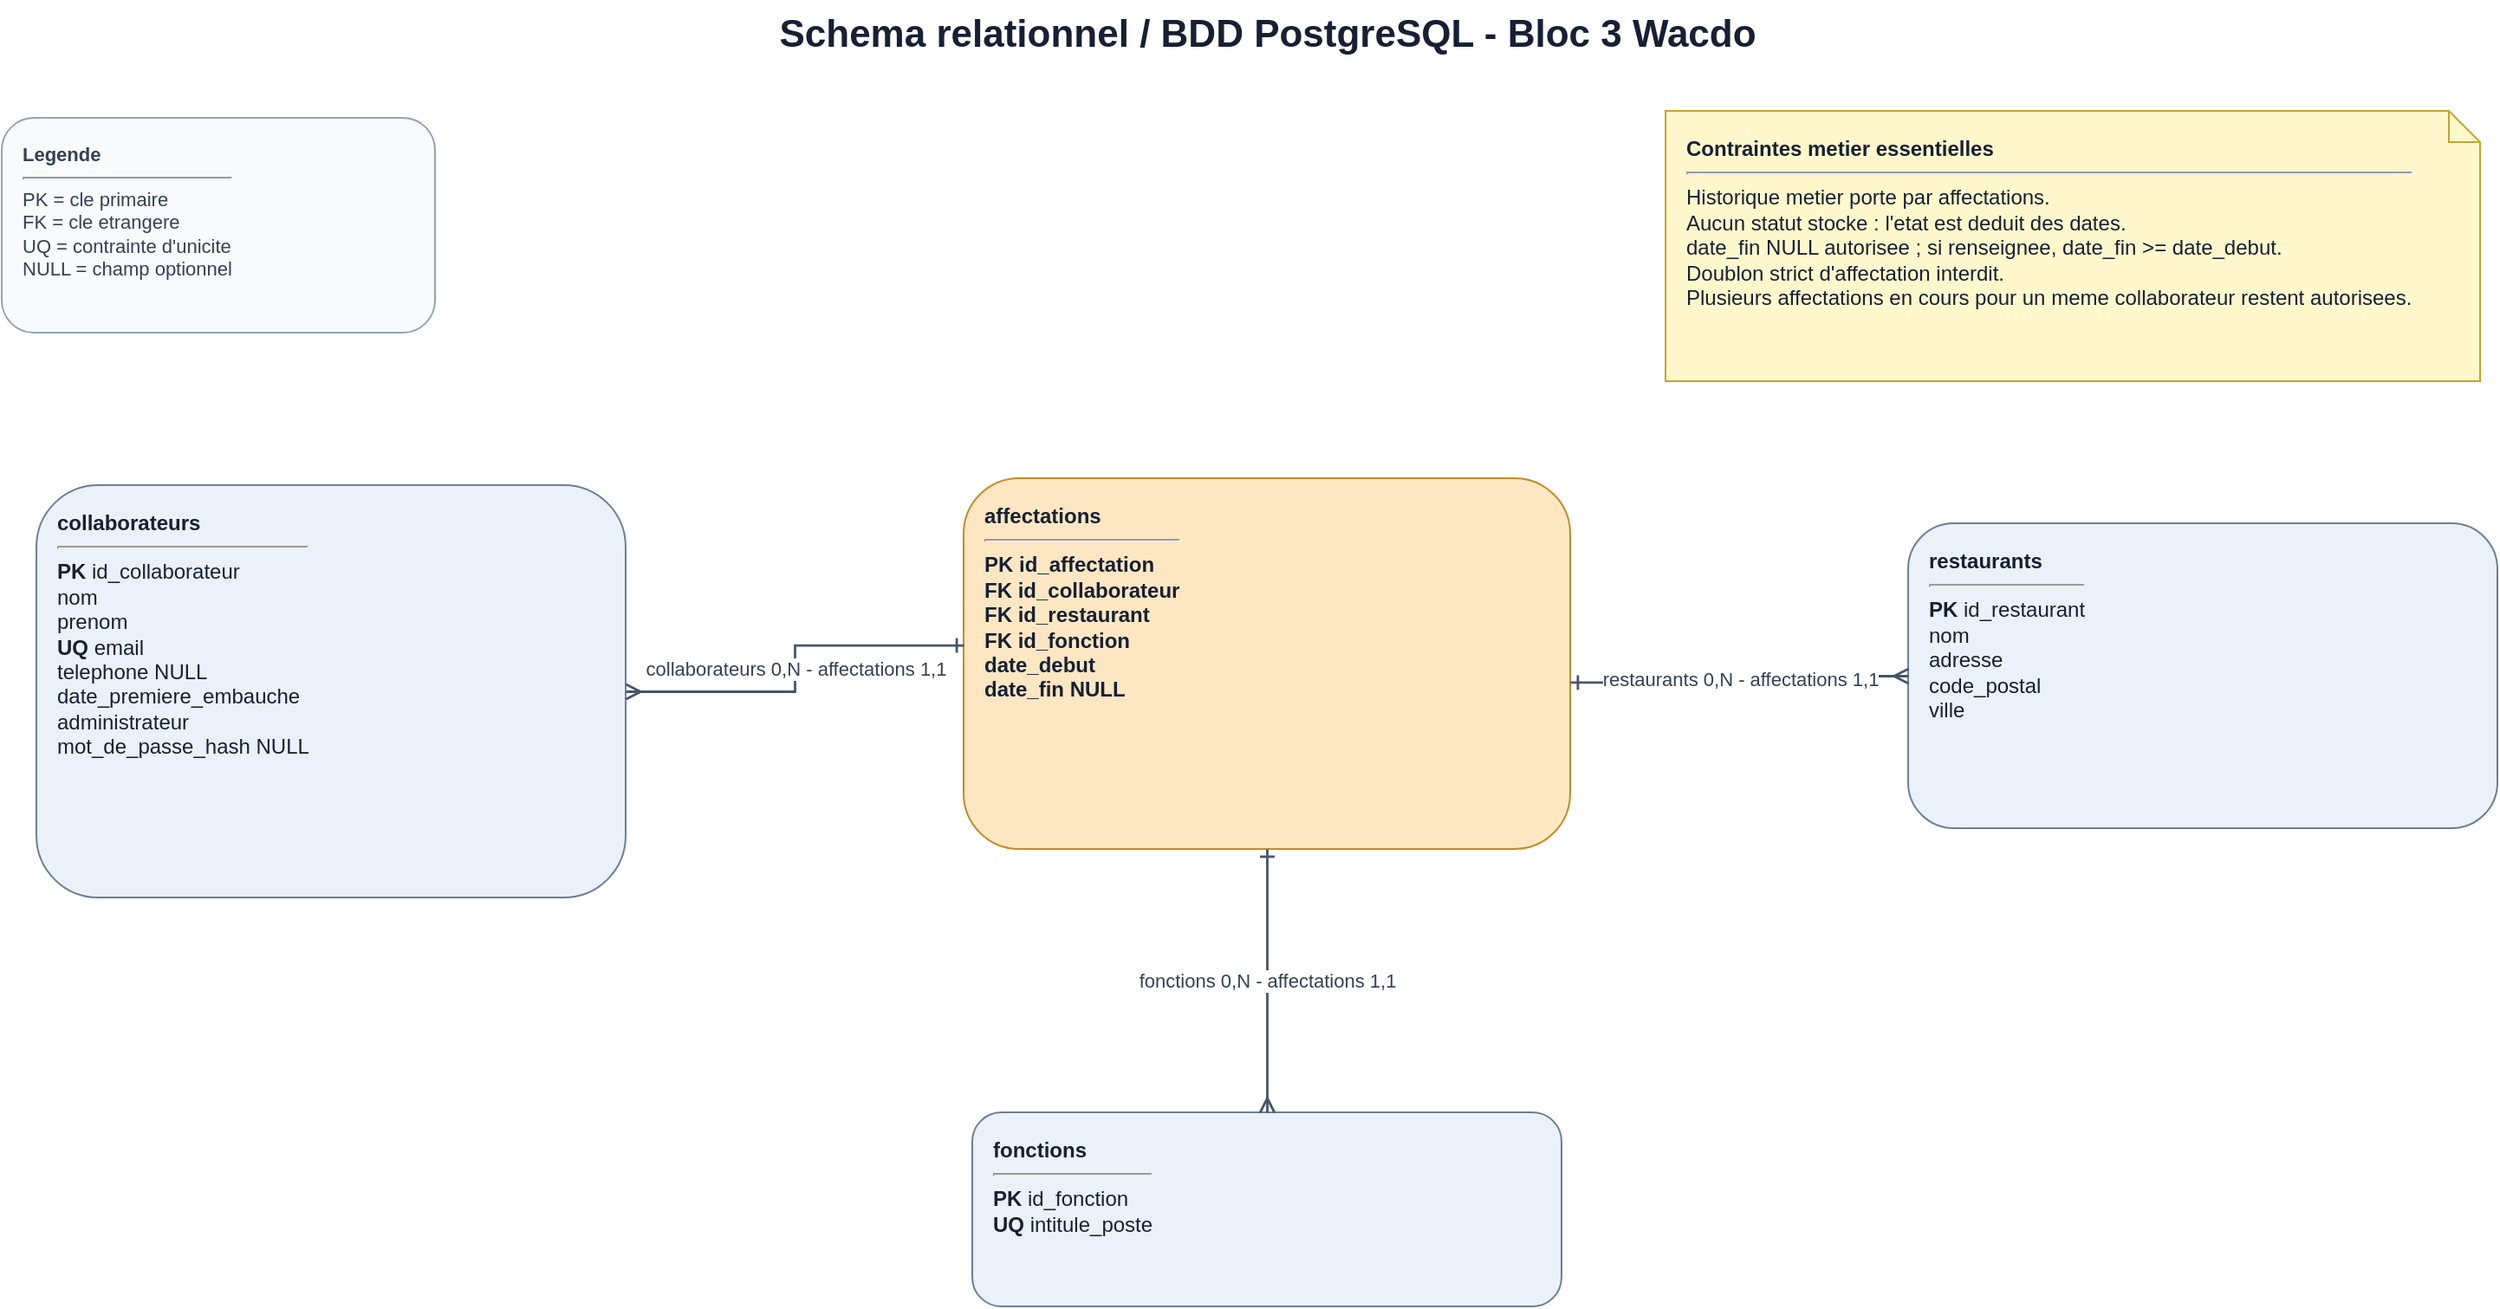
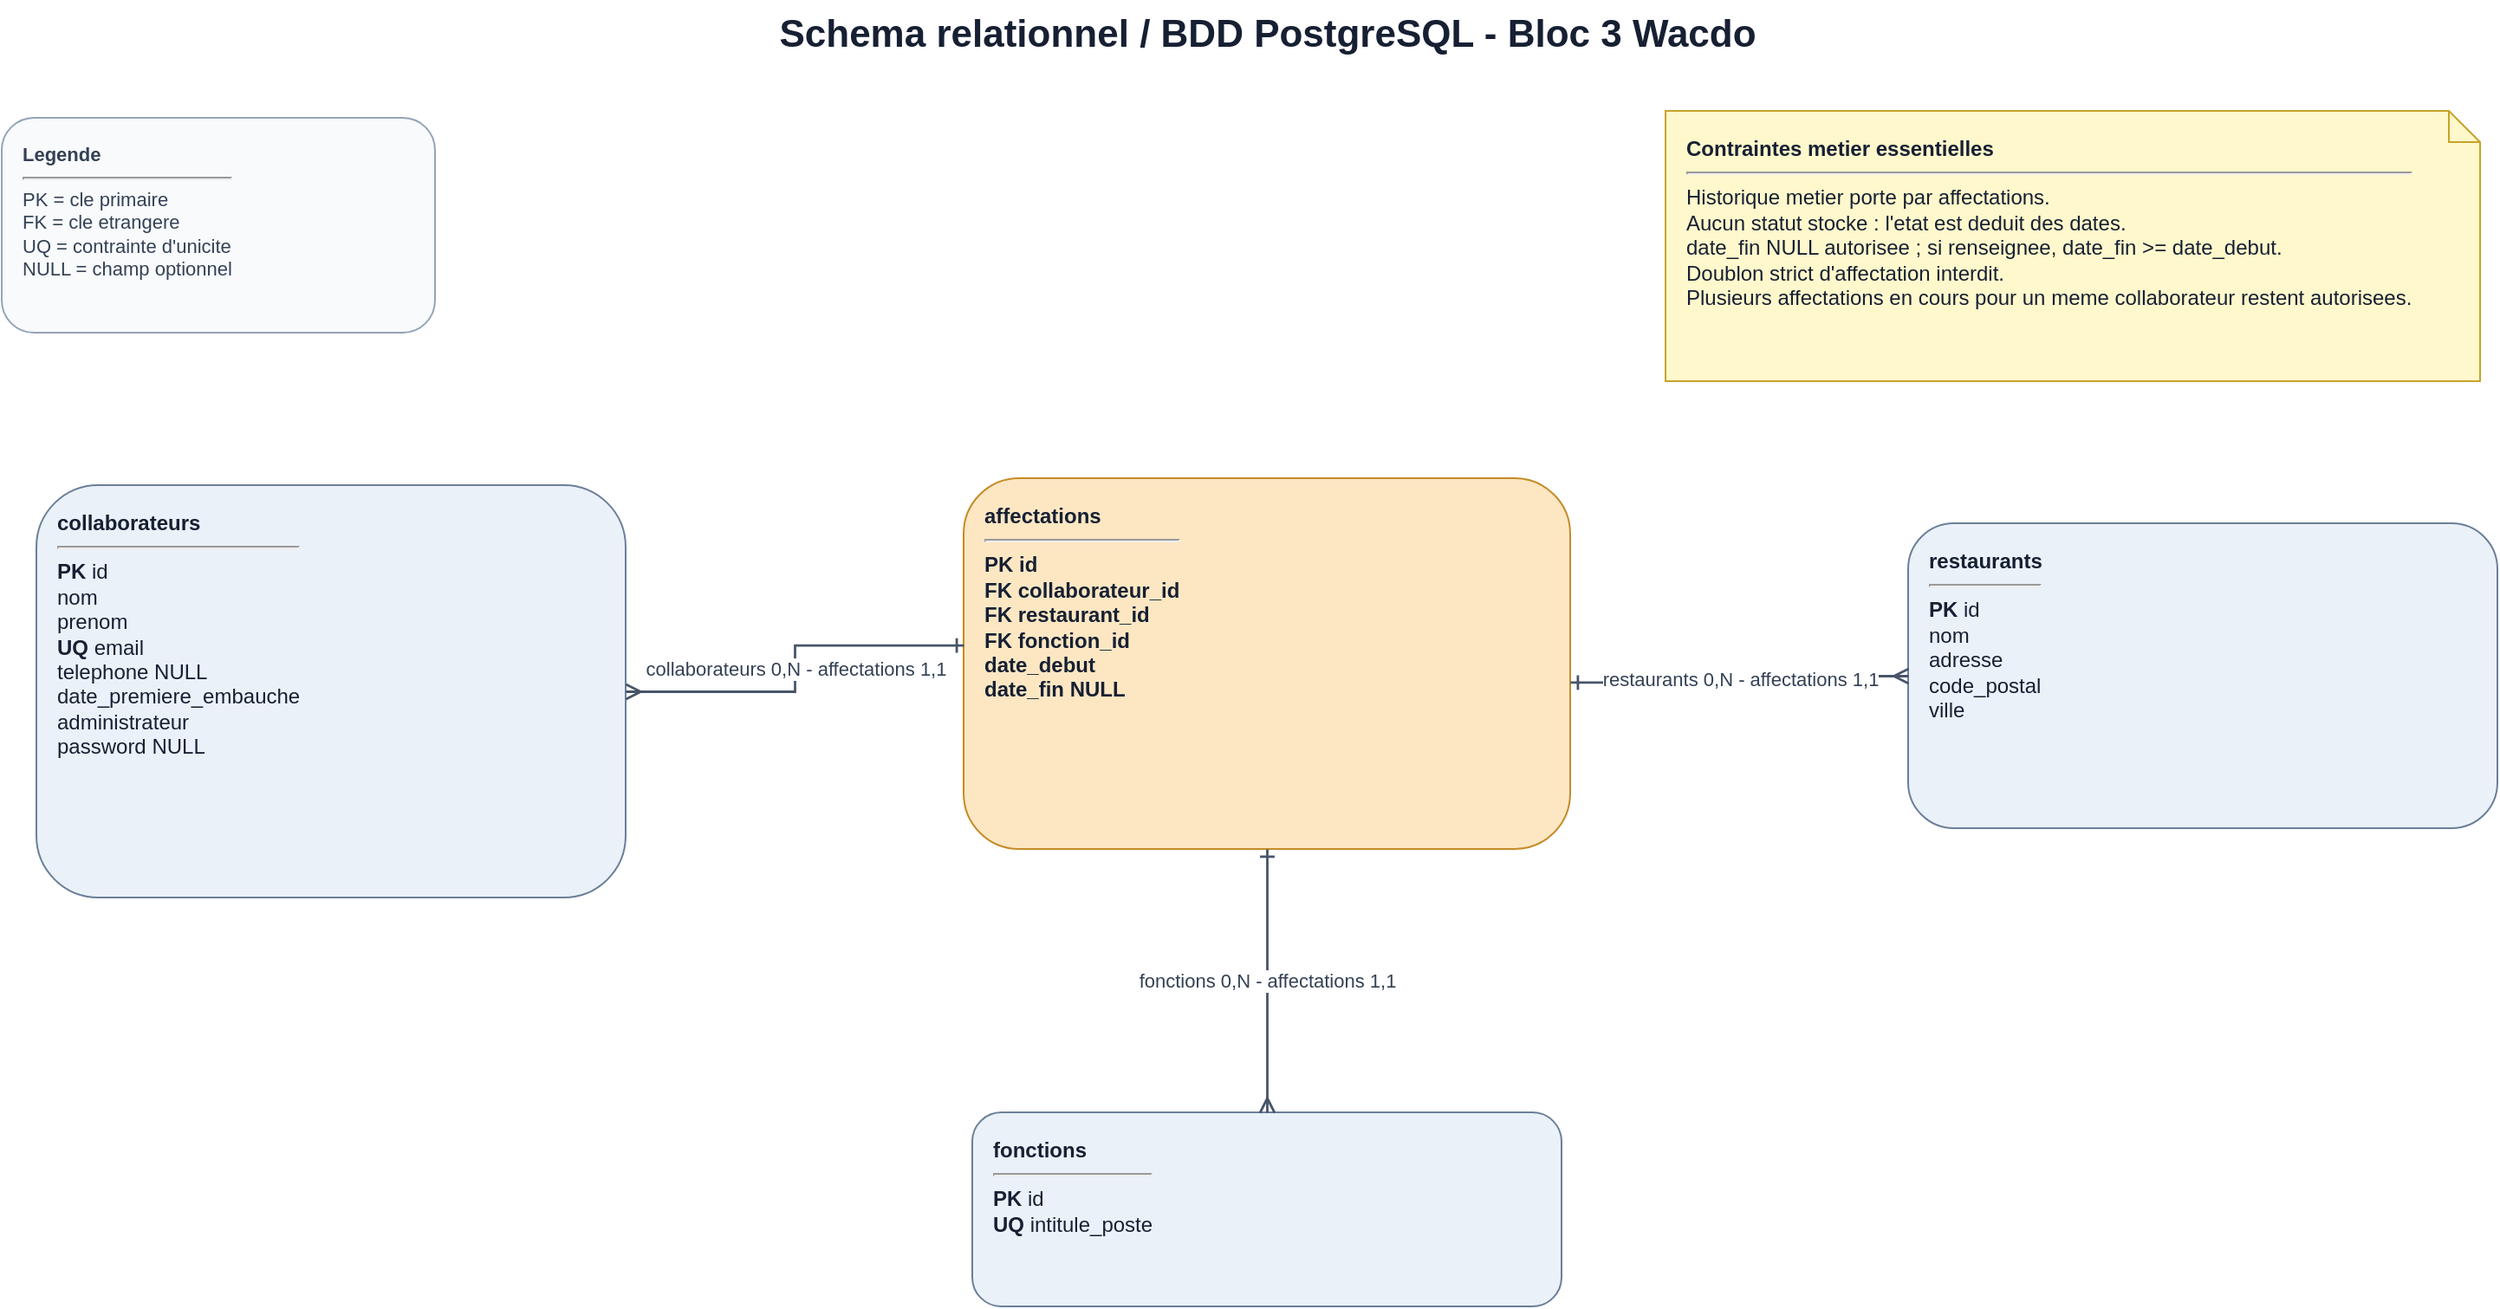
<mxfile host="app.diagrams.net" modified="2026-05-17T00:00:00.000Z" agent="github-copilot" version="24.2.5" etag="SCHEMA_BDD_BLOC3_WACDO" type="device">
  <diagram id="SCHEMA_BDD_BLOC3_WACDO" name="Schema BDD Bloc 3 Wacdo">
    <mxGraphModel dx="1600" dy="1000" grid="1" gridSize="10" guides="1" tooltips="1" connect="1" arrows="1" fold="1" page="1" pageScale="1" pageWidth="1600" pageHeight="1000" math="0" shadow="0">
      <root>
        <mxCell id="0"/>
        <mxCell id="1" parent="0"/>

        <mxCell id="title" value="&lt;b&gt;Schema relationnel / BDD PostgreSQL - Bloc 3 Wacdo&lt;/b&gt;" style="text;html=1;strokeColor=none;fillColor=none;align=center;verticalAlign=middle;fontFamily=Helvetica;fontSize=22;fontStyle=1;fontColor=#172033;" vertex="1" parent="1">
          <mxGeometry x="290" y="24" width="1020" height="40" as="geometry"/>
        </mxCell>

        <mxCell id="legend" value="&lt;b&gt;Legende&lt;/b&gt;&lt;hr&gt;PK = cle primaire&lt;br&gt;FK = cle etrangere&lt;br&gt;UQ = contrainte d'unicite&lt;br&gt;NULL = champ optionnel" style="rounded=1;whiteSpace=wrap;html=1;fillColor=#f8fafc;strokeColor=#94a3b8;align=left;verticalAlign=top;spacingLeft=10;spacingTop=8;fontFamily=Helvetica;fontSize=11;fontColor=#334155;" vertex="1" parent="1">
          <mxGeometry x="70" y="92" width="250" height="124" as="geometry"/>
        </mxCell>

        <mxCell id="constraints" value="&lt;b&gt;Contraintes metier essentielles&lt;/b&gt;&lt;hr&gt;Historique metier porte par affectations.&lt;br&gt;Aucun statut stocke : l'etat est deduit des dates.&lt;br&gt;date_fin NULL autorisee ; si renseignee, date_fin &amp;gt;= date_debut.&lt;br&gt;Doublon strict d'affectation interdit.&lt;br&gt;Plusieurs affectations en cours pour un meme collaborateur restent autorisees." style="shape=note;whiteSpace=wrap;html=1;size=18;verticalAlign=top;align=left;spacingTop=8;spacingLeft=10;fillColor=#fff8cc;strokeColor=#c7a329;fontFamily=Helvetica;fontSize=12;fontColor=#172033;" vertex="1" parent="1">
          <mxGeometry x="1030" y="88" width="470" height="156" as="geometry"/>
        </mxCell>

-         <mxCell id="collaborateurs" value="&lt;b&gt;collaborateurs&lt;/b&gt;&lt;hr&gt;&lt;b&gt;PK&lt;/b&gt; id_collaborateur&lt;br&gt;nom&lt;br&gt;prenom&lt;br&gt;&lt;b&gt;UQ&lt;/b&gt; email&lt;br&gt;telephone NULL&lt;br&gt;date_premiere_embauche&lt;br&gt;administrateur&lt;br&gt;mot_de_passe_hash NULL" style="rounded=1;whiteSpace=wrap;html=1;fillColor=#eaf1f8;strokeColor=#6b7f99;align=left;verticalAlign=top;spacingLeft=10;spacingTop=8;fontFamily=Helvetica;fontSize=12;fontColor=#172033;" vertex="1" parent="1">
+         <mxCell id="collaborateurs" value="&lt;b&gt;collaborateurs&lt;/b&gt;&lt;hr&gt;&lt;b&gt;PK&lt;/b&gt; id&lt;br&gt;nom&lt;br&gt;prenom&lt;br&gt;&lt;b&gt;UQ&lt;/b&gt; email&lt;br&gt;telephone NULL&lt;br&gt;date_premiere_embauche&lt;br&gt;administrateur&lt;br&gt;password NULL" style="rounded=1;whiteSpace=wrap;html=1;fillColor=#eaf1f8;strokeColor=#6b7f99;align=left;verticalAlign=top;spacingLeft=10;spacingTop=8;fontFamily=Helvetica;fontSize=12;fontColor=#172033;" vertex="1" parent="1">
          <mxGeometry x="90" y="304" width="340" height="238" as="geometry"/>
        </mxCell>

-         <mxCell id="restaurants" value="&lt;b&gt;restaurants&lt;/b&gt;&lt;hr&gt;&lt;b&gt;PK&lt;/b&gt; id_restaurant&lt;br&gt;nom&lt;br&gt;adresse&lt;br&gt;code_postal&lt;br&gt;ville" style="rounded=1;whiteSpace=wrap;html=1;fillColor=#eaf1f8;strokeColor=#6b7f99;align=left;verticalAlign=top;spacingLeft=10;spacingTop=8;fontFamily=Helvetica;fontSize=12;fontColor=#172033;" vertex="1" parent="1">
+         <mxCell id="restaurants" value="&lt;b&gt;restaurants&lt;/b&gt;&lt;hr&gt;&lt;b&gt;PK&lt;/b&gt; id&lt;br&gt;nom&lt;br&gt;adresse&lt;br&gt;code_postal&lt;br&gt;ville" style="rounded=1;whiteSpace=wrap;html=1;fillColor=#eaf1f8;strokeColor=#6b7f99;align=left;verticalAlign=top;spacingLeft=10;spacingTop=8;fontFamily=Helvetica;fontSize=12;fontColor=#172033;" vertex="1" parent="1">
          <mxGeometry x="1170" y="326" width="340" height="176" as="geometry"/>
        </mxCell>

-         <mxCell id="fonctions" value="&lt;b&gt;fonctions&lt;/b&gt;&lt;hr&gt;&lt;b&gt;PK&lt;/b&gt; id_fonction&lt;br&gt;&lt;b&gt;UQ&lt;/b&gt; intitule_poste" style="rounded=1;whiteSpace=wrap;html=1;fillColor=#eaf1f8;strokeColor=#6b7f99;align=left;verticalAlign=top;spacingLeft=10;spacingTop=8;fontFamily=Helvetica;fontSize=12;fontColor=#172033;" vertex="1" parent="1">
+         <mxCell id="fonctions" value="&lt;b&gt;fonctions&lt;/b&gt;&lt;hr&gt;&lt;b&gt;PK&lt;/b&gt; id&lt;br&gt;&lt;b&gt;UQ&lt;/b&gt; intitule_poste" style="rounded=1;whiteSpace=wrap;html=1;fillColor=#eaf1f8;strokeColor=#6b7f99;align=left;verticalAlign=top;spacingLeft=10;spacingTop=8;fontFamily=Helvetica;fontSize=12;fontColor=#172033;" vertex="1" parent="1">
          <mxGeometry x="630" y="666" width="340" height="112" as="geometry"/>
        </mxCell>

-         <mxCell id="affectations" value="&lt;b&gt;affectations&lt;/b&gt;&lt;hr&gt;&lt;b&gt;PK&lt;/b&gt; id_affectation&lt;br&gt;&lt;b&gt;FK&lt;/b&gt; id_collaborateur&lt;br&gt;&lt;b&gt;FK&lt;/b&gt; id_restaurant&lt;br&gt;&lt;b&gt;FK&lt;/b&gt; id_fonction&lt;br&gt;date_debut&lt;br&gt;date_fin NULL" style="rounded=1;whiteSpace=wrap;html=1;fillColor=#fde7c3;strokeColor=#c58b27;align=left;verticalAlign=top;spacingLeft=10;spacingTop=8;fontFamily=Helvetica;fontSize=12;fontStyle=1;fontColor=#172033;" vertex="1" parent="1">
+         <mxCell id="affectations" value="&lt;b&gt;affectations&lt;/b&gt;&lt;hr&gt;&lt;b&gt;PK&lt;/b&gt; id&lt;br&gt;&lt;b&gt;FK&lt;/b&gt; collaborateur_id&lt;br&gt;&lt;b&gt;FK&lt;/b&gt; restaurant_id&lt;br&gt;&lt;b&gt;FK&lt;/b&gt; fonction_id&lt;br&gt;date_debut&lt;br&gt;date_fin NULL" style="rounded=1;whiteSpace=wrap;html=1;fillColor=#fde7c3;strokeColor=#c58b27;align=left;verticalAlign=top;spacingLeft=10;spacingTop=8;fontFamily=Helvetica;fontSize=12;fontStyle=1;fontColor=#172033;" vertex="1" parent="1">
          <mxGeometry x="625" y="300" width="350" height="214" as="geometry"/>
        </mxCell>

        <mxCell id="edge_collaborateurs_affectations" value="collaborateurs 0,N - affectations 1,1" style="edgeStyle=orthogonalEdgeStyle;rounded=0;orthogonalLoop=1;jettySize=auto;html=1;strokeColor=#475569;strokeWidth=1.4;fontFamily=Helvetica;fontSize=11;fontColor=#334155;labelBackgroundColor=#ffffff;startArrow=ERmany;startFill=0;endArrow=ERone;endFill=0;exitX=1;exitY=0.5;entryX=0;entryY=0.45;" edge="1" parent="1" source="collaborateurs" target="affectations">
          <mxGeometry relative="1" as="geometry"/>
        </mxCell>

        <mxCell id="edge_restaurants_affectations" value="restaurants 0,N - affectations 1,1" style="edgeStyle=orthogonalEdgeStyle;rounded=0;orthogonalLoop=1;jettySize=auto;html=1;strokeColor=#475569;strokeWidth=1.4;fontFamily=Helvetica;fontSize=11;fontColor=#334155;labelBackgroundColor=#ffffff;startArrow=ERmany;startFill=0;endArrow=ERone;endFill=0;exitX=0;exitY=0.5;entryX=1;entryY=0.55;" edge="1" parent="1" source="restaurants" target="affectations">
          <mxGeometry relative="1" as="geometry"/>
        </mxCell>

        <mxCell id="edge_fonctions_affectations" value="fonctions 0,N - affectations 1,1" style="edgeStyle=orthogonalEdgeStyle;rounded=0;orthogonalLoop=1;jettySize=auto;html=1;strokeColor=#475569;strokeWidth=1.4;fontFamily=Helvetica;fontSize=11;fontColor=#334155;labelBackgroundColor=#ffffff;startArrow=ERmany;startFill=0;endArrow=ERone;endFill=0;exitX=0.5;exitY=0;entryX=0.5;entryY=1;" edge="1" parent="1" source="fonctions" target="affectations">
          <mxGeometry relative="1" as="geometry"/>
        </mxCell>
      </root>
    </mxGraphModel>
  </diagram>
</mxfile>